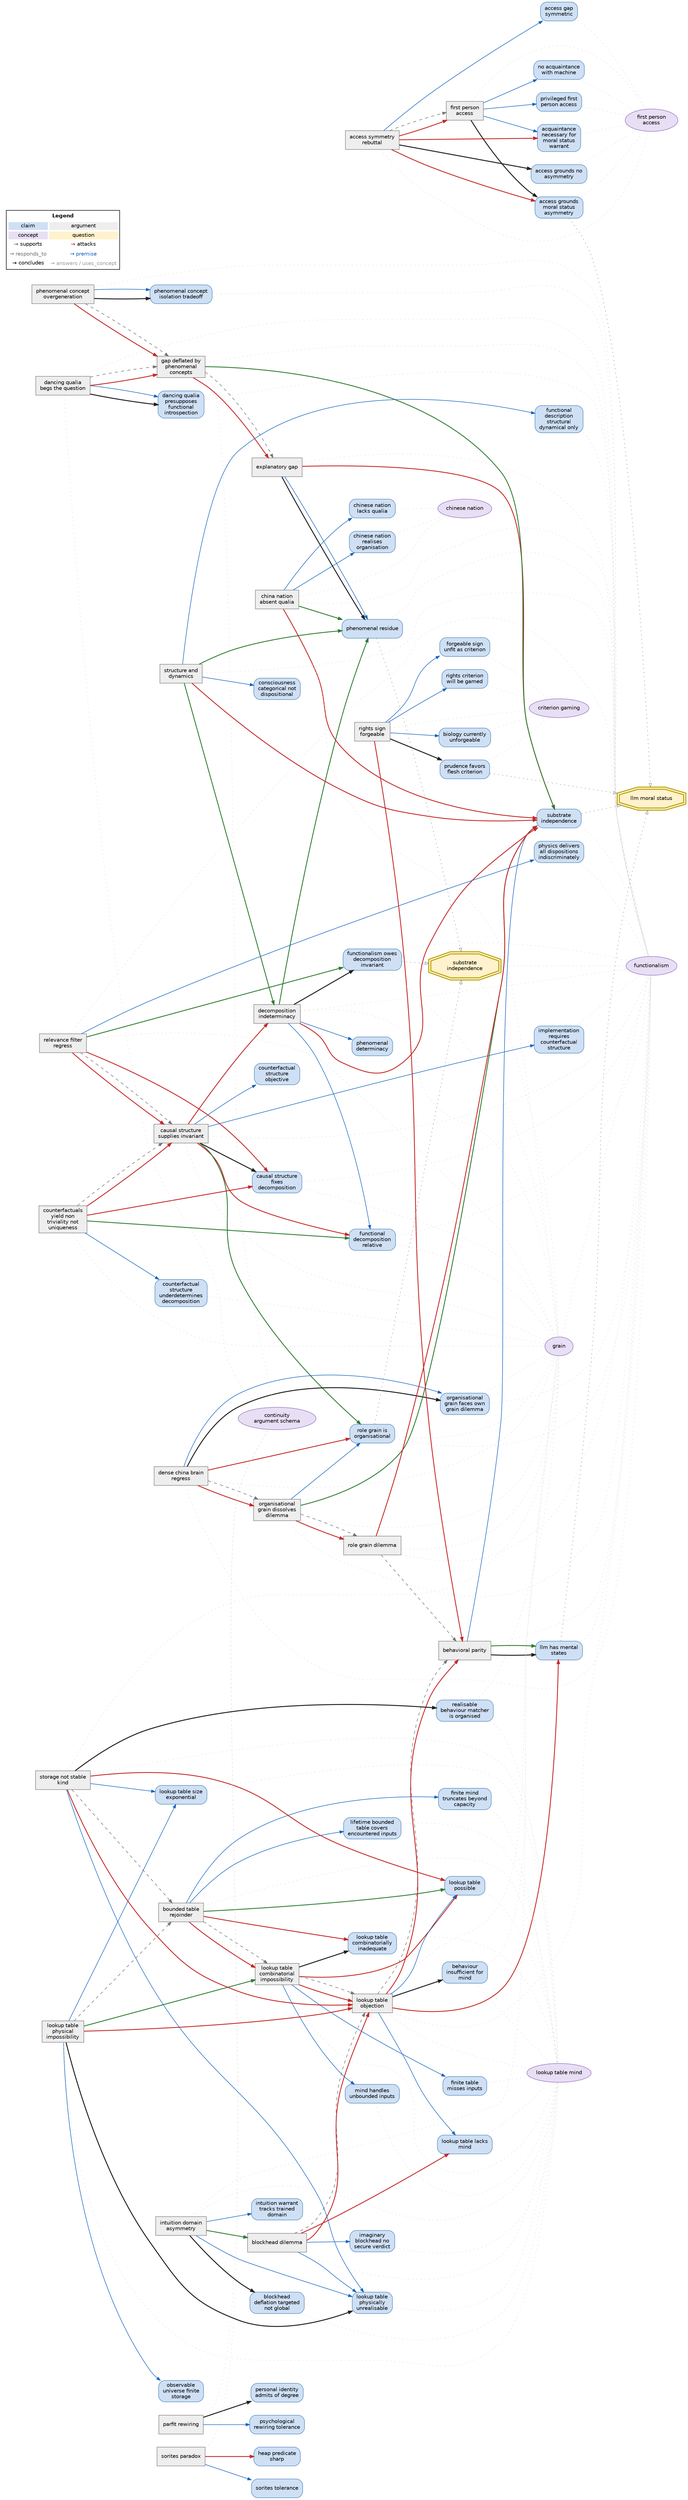
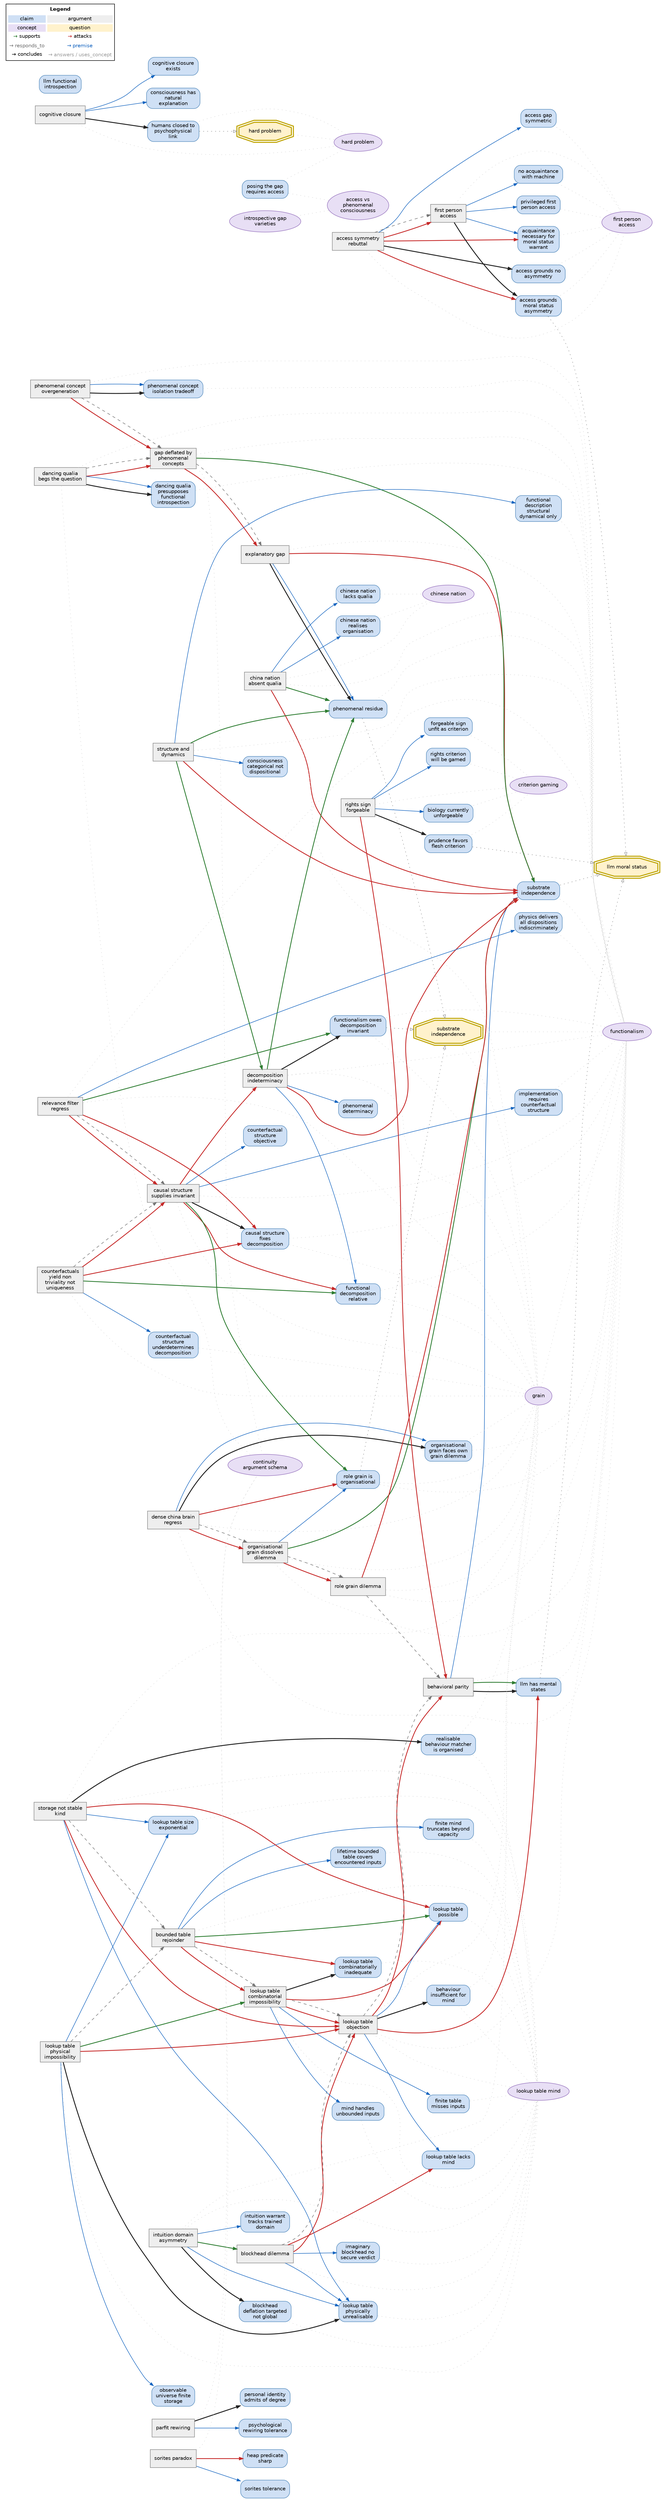
digraph web {
  rankdir=LR;
  graph [overlap=prism, sep="+8", splines=true, nodesep=0.35, ranksep=0.7, fontname="Helvetica", bgcolor="white"];
  node  [fontname="Helvetica", fontsize=10];
  edge  [fontname="Helvetica", fontsize=8, arrowsize=0.7];

  "argument-access-symmetry-rebuttal" [shape="box", style="filled", fillcolor="#eeeeee", color="#888888", label="access symmetry\nrebuttal", tooltip="The access asymmetry is unavailable because first-person access is reciprocally non-transferable", URL="../web/arguments/access-symmetry-rebuttal.md"];
  "argument-behavioral-parity" [shape="box", style="filled", fillcolor="#eeeeee", color="#888888", label="behavioral parity", tooltip="Behavioural parity is evidence of mental status", URL="../web/arguments/behavioral-parity.md"];
  "argument-blockhead-dilemma" [shape="box", style="filled", fillcolor="#eeeeee", color="#888888", label="blockhead dilemma", tooltip="The blockhead dilemma — physically impossible, or imaginatively under-determined", URL="../web/arguments/blockhead-dilemma.md"];
  "argument-bounded-table-rejoinder" [shape="box", style="filled", fillcolor="#eeeeee", color="#888888", label="bounded table\nrejoinder", tooltip="Block's bounded-table rejoinder — a lifetime-bounded table escapes the combinatorial reply", URL="../web/arguments/bounded-table-rejoinder.md"];
  "argument-causal-structure-supplies-invariant" [shape="box", style="filled", fillcolor="#eeeeee", color="#888888", label="causal structure\nsupplies invariant", tooltip="The causal-structure reply — objective counterfactual structure supplies the invariant", URL="../web/arguments/causal-structure-supplies-invariant.md"];
  "argument-china-nation-absent-qualia" [shape="box", style="filled", fillcolor="#eeeeee", color="#888888", label="china nation\nabsent qualia", tooltip="The Chinese Nation realises the organisation yet lacks qualia — organisation is not sufficient for consciousness", URL="../web/arguments/china-nation-absent-qualia.md"];
+   "argument-cognitive-closure" [shape="box", style="filled", fillcolor="#eeeeee", color="#888888", label="cognitive closure", tooltip="McGinn's cognitive-closure argument for mysterianism", URL="../web/arguments/cognitive-closure.md"];
  "argument-counterfactuals-yield-non-triviality-not-uniqueness" [shape="box", style="filled", fillcolor="#eeeeee", color="#888888", label="counterfactuals\nyield non\ntriviality not\nuniqueness", tooltip="Counterfactuals buy non-triviality, not uniqueness", URL="../web/arguments/counterfactuals-yield-non-triviality-not-uniqueness.md"];
  "argument-dancing-qualia-begs-the-question" [shape="box", style="filled", fillcolor="#eeeeee", color="#888888", label="dancing qualia\nbegs the question", tooltip="The dancing/fading-qualia reductio begs the question by presupposing functionalism about introspection", URL="../web/arguments/dancing-qualia-begs-the-question.md"];
  "argument-decomposition-indeterminacy" [shape="box", style="filled", fillcolor="#eeeeee", color="#888888", label="decomposition\nindeterminacy", tooltip="The decomposition-indeterminacy objection — determinate consciousness cannot rest on observer-relative function", URL="../web/arguments/decomposition-indeterminacy.md"];
  "argument-dense-china-brain-regress" [shape="box", style="filled", fillcolor="#eeeeee", color="#888888", label="dense china brain\nregress", tooltip="The dense China-brain regress reopens the grain dilemma against the organisational middle", URL="../web/arguments/dense-china-brain-regress.md"];
  "argument-explanatory-gap" [shape="box", style="filled", fillcolor="#eeeeee", color="#888888", label="explanatory gap", tooltip="The explanatory gap is evidence against uniform substrate-independence", URL="../web/arguments/explanatory-gap.md"];
  "argument-first-person-access" [shape="box", style="filled", fillcolor="#eeeeee", color="#888888", label="first person\naccess", tooltip="First-person access to my own suffering grounds a moral-status asymmetry", URL="../web/arguments/first-person-access.md"];
  "argument-gap-deflated-by-phenomenal-concepts" [shape="box", style="filled", fillcolor="#eeeeee", color="#888888", label="gap deflated by\nphenomenal\nconcepts", tooltip="The explanatory gap is predicted by strong functionalism (phenomenal concepts + dancing-qualia)", URL="../web/arguments/gap-deflated-by-phenomenal-concepts.md"];
  "argument-intuition-domain-asymmetry" [shape="box", style="filled", fillcolor="#eeeeee", color="#888888", label="intuition domain\nasymmetry", tooltip="The intuition-domain asymmetry — the cosmic table is a far extrapolation, the brain-scale isomorph a near neighbour", URL="../web/arguments/intuition-domain-asymmetry.md"];
  "argument-lookup-table-combinatorial-impossibility" [shape="box", style="filled", fillcolor="#eeeeee", color="#888888", label="lookup table\ncombinatorial\nimpossibility", tooltip="The combinatorial-impossibility reply — a finite lookup table cannot match an open-ended mind's behaviour", URL="../web/arguments/lookup-table-combinatorial-impossibility.md"];
  "argument-lookup-table-objection" [shape="box", style="filled", fillcolor="#eeeeee", color="#888888", label="lookup table\nobjection", tooltip="The lookup-table (blockhead) objection — behaviour is not sufficient for mind", URL="../web/arguments/lookup-table-objection.md"];
  "argument-lookup-table-physical-impossibility" [shape="box", style="filled", fillcolor="#eeeeee", color="#888888", label="lookup table\nphysical\nimpossibility", tooltip="The cosmic-size reply — a behaviour-matching lookup table is too large to physically exist", URL="../web/arguments/lookup-table-physical-impossibility.md"];
  "argument-organisational-grain-dissolves-dilemma" [shape="box", style="filled", fillcolor="#eeeeee", color="#888888", label="organisational\ngrain dissolves\ndilemma", tooltip="The organisational grain is a principled middle that escapes both horns of the grain dilemma", URL="../web/arguments/organisational-grain-dissolves-dilemma.md"];
  "argument-parfit-rewiring" [shape="box", style="filled", fillcolor="#eeeeee", color="#888888", label="parfit rewiring", tooltip="Gradual psychological rewiring (Parfit's spectrum) forces identity to admit of degree", URL="../web/arguments/parfit-rewiring.md"];
  "argument-phenomenal-concept-overgeneration" [shape="box", style="filled", fillcolor="#eeeeee", color="#888888", label="phenomenal concept\novergeneration", tooltip="The phenomenal-concept strategy over-generates — it debunks the self-knowledge it presupposes", URL="../web/arguments/phenomenal-concept-overgeneration.md"];
  "argument-relevance-filter-regress" [shape="box", style="filled", fillcolor="#eeeeee", color="#888888", label="relevance filter\nregress", tooltip="The relevance-filter regress — selecting mind-relevant causal relations re-raises the invariant demand", URL="../web/arguments/relevance-filter-regress.md"];
  "argument-rights-sign-forgeable" [shape="box", style="filled", fillcolor="#eeeeee", color="#888888", label="rights sign\nforgeable", tooltip="A rights-granting behavioural sign will be forged, so caution favours the unforgeable mark", URL="../web/arguments/rights-sign-forgeable.md"];
  "argument-role-grain-dilemma" [shape="box", style="filled", fillcolor="#eeeeee", color="#888888", label="role grain dilemma", tooltip="The grain dilemma for functional \"role\" (too liberal vs. too chauvinistic)", URL="../web/arguments/role-grain-dilemma.md"];
  "argument-sorites-paradox" [shape="box", style="filled", fillcolor="#eeeeee", color="#888888", label="sorites paradox", tooltip="The sorites paradox (the heap)", URL="../web/arguments/sorites-paradox.md"];
  "argument-storage-not-stable-kind" [shape="box", style="filled", fillcolor="#eeeeee", color="#888888", label="storage not stable\nkind", tooltip="Pure storage is not a stable kind at mind-matching scale", URL="../web/arguments/storage-not-stable-kind.md"];
  "argument-structure-and-dynamics" [shape="box", style="filled", fillcolor="#eeeeee", color="#888888", label="structure and\ndynamics", tooltip="The structure-and-dynamics argument — function omits the categorical/intrinsic", URL="../web/arguments/structure-and-dynamics.md"];
  "claim-access-gap-symmetric" [shape="box", style="filled,rounded", fillcolor="#cfe0f5", color="#5b8fbf", label="access gap\nsymmetric", tooltip="The first-person/third-person access gap is symmetric across any two subjects, never singling out machines", URL="../web/claims/access-gap-symmetric.md"];
  "claim-access-grounds-moral-status-asymmetry" [shape="box", style="filled,rounded", fillcolor="#cfe0f5", color="#5b8fbf", label="access grounds\nmoral status\nasymmetry", tooltip="First-person access yields a warranted moral-status asymmetry favouring oneself over a machine", URL="../web/claims/access-grounds-moral-status-asymmetry.md"];
  "claim-access-grounds-no-asymmetry" [shape="box", style="filled,rounded", fillcolor="#cfe0f5", color="#5b8fbf", label="access grounds no\nasymmetry", tooltip="First-person access grounds no moral-status asymmetry that singles out machines", URL="../web/claims/access-grounds-no-asymmetry.md"];
  "claim-acquaintance-necessary-for-moral-status-warrant" [shape="box", style="filled,rounded", fillcolor="#cfe0f5", color="#5b8fbf", label="acquaintance\nnecessary for\nmoral status\nwarrant", tooltip="First-person acquaintance with a subject's experience is necessary for justified attribution of moral status to it", URL="../web/claims/acquaintance-necessary-for-moral-status-warrant.md"];
  "claim-behaviour-insufficient-for-mind" [shape="box", style="filled,rounded", fillcolor="#cfe0f5", color="#5b8fbf", label="behaviour\ninsufficient for\nmind", tooltip="Matching the full behavioural profile of a mental state is not sufficient for having that state", URL="../web/claims/behaviour-insufficient-for-mind.md"];
  "claim-biology-currently-unforgeable" [shape="box", style="filled,rounded", fillcolor="#cfe0f5", color="#5b8fbf", label="biology currently\nunforgeable", tooltip="Biological substrate cannot currently be counterfeited to the standard required to fake suffering", URL="../web/claims/biology-currently-unforgeable.md"];
  "claim-blockhead-deflation-targeted-not-global" [shape="box", style="filled,rounded", fillcolor="#cfe0f5", color="#5b8fbf", label="blockhead\ndeflation targeted\nnot global", tooltip="Deflating the cosmic-table intuition does not deflate intuitions about brain-scale duplicates", URL="../web/claims/blockhead-deflation-targeted-not-global.md"];
  "claim-causal-structure-fixes-decomposition" [shape="box", style="filled,rounded", fillcolor="#cfe0f5", color="#5b8fbf", label="causal structure\nfixes\ndecomposition", tooltip="Objective causal structure singles out a privileged functional decomposition", URL="../web/claims/causal-structure-fixes-decomposition.md"];
  "claim-chinese-nation-lacks-qualia" [shape="box", style="filled,rounded", fillcolor="#cfe0f5", color="#5b8fbf", label="chinese nation\nlacks qualia", tooltip="A population realising a mind's functional organisation would nonetheless have no phenomenal consciousness", URL="../web/claims/chinese-nation-lacks-qualia.md"];
  "claim-chinese-nation-realises-organisation" [shape="box", style="filled,rounded", fillcolor="#cfe0f5", color="#5b8fbf", label="chinese nation\nrealises\norganisation", tooltip="A population can realise a mind's full functional-causal organisation, not merely its input-output behaviour", URL="../web/claims/chinese-nation-realises-organisation.md"];
+   "claim-cognitive-closure-exists" [shape="box", style="filled,rounded", fillcolor="#cfe0f5", color="#5b8fbf", label="cognitive closure\nexists", tooltip="A type of mind can be constitutively incapable of grasping some concepts", URL="../web/claims/cognitive-closure-exists.md"];
  "claim-consciousness-categorical-not-dispositional" [shape="box", style="filled,rounded", fillcolor="#cfe0f5", color="#5b8fbf", label="consciousness\ncategorical not\ndispositional", tooltip="Phenomenal consciousness is categorical, not merely dispositional", URL="../web/claims/consciousness-categorical-not-dispositional.md"];
+   "claim-consciousness-has-natural-explanation" [shape="box", style="filled,rounded", fillcolor="#cfe0f5", color="#5b8fbf", label="consciousness has\nnatural\nexplanation", tooltip="There is a natural property of the brain that explains consciousness", URL="../web/claims/consciousness-has-natural-explanation.md"];
  "claim-counterfactual-structure-objective" [shape="box", style="filled,rounded", fillcolor="#cfe0f5", color="#5b8fbf", label="counterfactual\nstructure\nobjective", tooltip="Counterfactual-causal dependencies are objective, not observer-relative", URL="../web/claims/counterfactual-structure-objective.md"];
  "claim-counterfactual-structure-underdetermines-decomposition" [shape="box", style="filled,rounded", fillcolor="#cfe0f5", color="#5b8fbf", label="counterfactual\nstructure\nunderdetermines\ndecomposition", tooltip="Counterfactual constraints yield non-triviality but not a unique decomposition", URL="../web/claims/counterfactual-structure-underdetermines-decomposition.md"];
  "claim-dancing-qualia-presupposes-functional-introspection" [shape="box", style="filled,rounded", fillcolor="#cfe0f5", color="#5b8fbf", label="dancing qualia\npresupposes\nfunctional\nintrospection", tooltip="The dancing/fading-qualia reductio derives its contradiction only by presupposing functionalism about introspective judgement", URL="../web/claims/dancing-qualia-presupposes-functional-introspection.md"];
  "claim-finite-mind-truncates-beyond-capacity" [shape="box", style="filled,rounded", fillcolor="#cfe0f5", color="#5b8fbf", label="finite mind\ntruncates beyond\ncapacity", tooltip="A finite mind also fails on inputs beyond its own capacity", URL="../web/claims/finite-mind-truncates-beyond-capacity.md"];
  "claim-finite-table-misses-inputs" [shape="box", style="filled,rounded", fillcolor="#cfe0f5", color="#5b8fbf", label="finite table\nmisses inputs", tooltip="For any finite lookup table there are finite inputs outside its stored domain, to which it can only \"respond\" by ignoring the excess of the input", URL="../web/claims/finite-table-misses-inputs.md"];
  "claim-forgeable-sign-unfit-as-criterion" [shape="box", style="filled,rounded", fillcolor="#cfe0f5", color="#5b8fbf", label="forgeable sign\nunfit as criterion", tooltip="A behavioural sign that is cheap to forge is unfit to serve as the criterion of moral standing", URL="../web/claims/forgeable-sign-unfit-as-criterion.md"];
  "claim-functional-decomposition-relative" [shape="box", style="filled,rounded", fillcolor="#cfe0f5", color="#5b8fbf", label="functional\ndecomposition\nrelative", tooltip="A physical system has no unique functional decomposition", URL="../web/claims/functional-decomposition-relative.md"];
  "claim-functional-description-structural-dynamical-only" [shape="box", style="filled,rounded", fillcolor="#cfe0f5", color="#5b8fbf", label="functional\ndescription\nstructural\ndynamical only", tooltip="A functional description captures only structural-dynamical facts, not intrinsic nature", URL="../web/claims/functional-description-structural-dynamical-only.md"];
  "claim-functionalism-owes-decomposition-invariant" [shape="box", style="filled,rounded", fillcolor="#cfe0f5", color="#5b8fbf", label="functionalism owes\ndecomposition\ninvariant", tooltip="Functionalism owes an observer-independent invariant that fixes a system's decomposition", URL="../web/claims/functionalism-owes-decomposition-invariant.md"];
  "claim-heap-predicate-sharp" [shape="box", style="filled,rounded", fillcolor="#cfe0f5", color="#5b8fbf", label="heap predicate\nsharp", tooltip="There is a precise grain-count at which a heap becomes a non-heap", URL="../web/claims/heap-predicate-sharp.md"];
+   "claim-humans-closed-to-psychophysical-link" [shape="box", style="filled,rounded", fillcolor="#cfe0f5", color="#5b8fbf", label="humans closed to\npsychophysical\nlink", tooltip="Humans are cognitively closed to the property that explains how the brain produces consciousness", URL="../web/claims/humans-closed-to-psychophysical-link.md"];
  "claim-imaginary-blockhead-no-secure-verdict" [shape="box", style="filled,rounded", fillcolor="#cfe0f5", color="#5b8fbf", label="imaginary\nblockhead no\nsecure verdict", tooltip="For a merely conceivable lookup table, the intuition that it lacks a mind is not compelled", URL="../web/claims/imaginary-blockhead-no-secure-verdict.md"];
  "claim-implementation-requires-counterfactual-structure" [shape="box", style="filled,rounded", fillcolor="#cfe0f5", color="#5b8fbf", label="implementation\nrequires\ncounterfactual\nstructure", tooltip="Implementing a computation requires the right counterfactual dispositions across the whole transition table", URL="../web/claims/implementation-requires-counterfactual-structure.md"];
  "claim-intuition-warrant-tracks-trained-domain" [shape="box", style="filled,rounded", fillcolor="#cfe0f5", color="#5b8fbf", label="intuition warrant\ntracks trained\ndomain", tooltip="An intuition's evidential weight tracks the case's resemblance to the exemplars it was formed on", URL="../web/claims/intuition-warrant-tracks-trained-domain.md"];
  "claim-lifetime-bounded-table-covers-encountered-inputs" [shape="box", style="filled,rounded", fillcolor="#cfe0f5", color="#5b8fbf", label="lifetime bounded\ntable covers\nencountered inputs", tooltip="A lookup table can be bounded to cover every input a subject encounters in a lifetime", URL="../web/claims/lifetime-bounded-table-covers-encountered-inputs.md"];
+   "claim-llm-functional-introspection" [shape="box", style="filled,rounded", fillcolor="#cfe0f5", color="#5b8fbf", label="llm functional\nintrospection", tooltip="Some current LLMs exhibit limited, unreliable functional introspective awareness of their internal states", URL="../web/claims/llm-functional-introspection.md"];
  "claim-llm-has-mental-states" [shape="box", style="filled,rounded", fillcolor="#cfe0f5", color="#5b8fbf", label="llm has mental\nstates", tooltip="Some current LLMs realise some mental states", URL="../web/claims/llm-has-mental-states.md"];
  "claim-lookup-table-combinatorially-inadequate" [shape="box", style="filled,rounded", fillcolor="#cfe0f5", color="#5b8fbf", label="lookup table\ncombinatorially\ninadequate", tooltip="No finite lookup table can reproduce the full behavioural profile of a genuine mind", URL="../web/claims/lookup-table-combinatorially-inadequate.md"];
  "claim-lookup-table-lacks-mind" [shape="box", style="filled,rounded", fillcolor="#cfe0f5", color="#5b8fbf", label="lookup table lacks\nmind", tooltip="A system that produces behaviour solely by stored lookup has no mental states", URL="../web/claims/lookup-table-lacks-mind.md"];
  "claim-lookup-table-physically-unrealisable" [shape="box", style="filled,rounded", fillcolor="#cfe0f5", color="#5b8fbf", label="lookup table\nphysically\nunrealisable", tooltip="A lookup table reproducing a human- or LLM-scale behavioural profile is physically unrealisable", URL="../web/claims/lookup-table-physically-unrealisable.md"];
  "claim-lookup-table-possible" [shape="box", style="filled,rounded", fillcolor="#cfe0f5", color="#5b8fbf", label="lookup table\npossible", tooltip="A lookup table can reproduce a mind's behavioural profile without any internal causal organisation", URL="../web/claims/lookup-table-possible.md"];
  "claim-lookup-table-size-exponential" [shape="box", style="filled,rounded", fillcolor="#cfe0f5", color="#5b8fbf", label="lookup table size\nexponential", tooltip="A lookup table reproducing behaviour over a context of n tokens from a vocabulary of v requires on the order of v^n entries", URL="../web/claims/lookup-table-size-exponential.md"];
  "claim-mind-handles-unbounded-inputs" [shape="box", style="filled,rounded", fillcolor="#cfe0f5", color="#5b8fbf", label="mind handles\nunbounded inputs", tooltip="A genuine mind can respond appropriately to novel inputs beyond any fixed finite stock", URL="../web/claims/mind-handles-unbounded-inputs.md"];
  "claim-no-acquaintance-with-machine" [shape="box", style="filled,rounded", fillcolor="#cfe0f5", color="#5b8fbf", label="no acquaintance\nwith machine", tooltip="One has no first-person acquaintance with a machine's putative experience", URL="../web/claims/no-acquaintance-with-machine.md"];
  "claim-observable-universe-finite-storage" [shape="box", style="filled,rounded", fillcolor="#cfe0f5", color="#5b8fbf", label="observable\nuniverse finite\nstorage", tooltip="The observable universe can store only a bounded, finite amount of information (on the order of 10^120 bits)", URL="../web/claims/observable-universe-finite-storage.md"];
  "claim-organisational-grain-faces-own-grain-dilemma" [shape="box", style="filled,rounded", fillcolor="#cfe0f5", color="#5b8fbf", label="organisational\ngrain faces own\ngrain dilemma", tooltip="The organisational-role grain either readmits the blockhead or smuggles sub-organisational features back in", URL="../web/claims/organisational-grain-faces-own-grain-dilemma.md"];
  "claim-personal-identity-admits-of-degree" [shape="box", style="filled,rounded", fillcolor="#cfe0f5", color="#5b8fbf", label="personal identity\nadmits of degree", tooltip="Personal identity is not all-or-nothing but admits of degree", URL="../web/claims/personal-identity-admits-of-degree.md"];
  "claim-phenomenal-concept-isolation-tradeoff" [shape="box", style="filled,rounded", fillcolor="#cfe0f5", color="#5b8fbf", label="phenomenal concept\nisolation tradeoff", tooltip="A phenomenal concept cannot be at once informative enough to ground self-knowledge while isolated enough to deflate the explanatory gap", URL="../web/claims/phenomenal-concept-isolation-tradeoff.md"];
  "claim-phenomenal-determinacy" [shape="box", style="filled,rounded", fillcolor="#cfe0f5", color="#5b8fbf", label="phenomenal\ndeterminacy", tooltip="There is a determinate fact about one's own current phenomenal state", URL="../web/claims/phenomenal-determinacy.md"];
  "claim-phenomenal-residue" [shape="box", style="filled,rounded", fillcolor="#cfe0f5", color="#5b8fbf", label="phenomenal residue", tooltip="Phenomenally conscious states are not exhausted by functional/causal role", URL="../web/claims/phenomenal-states-not-exhausted-by-role.md"];
  "claim-physics-delivers-all-dispositions-indiscriminately" [shape="box", style="filled,rounded", fillcolor="#cfe0f5", color="#5b8fbf", label="physics delivers\nall dispositions\nindiscriminately", tooltip="The physical facts about a system include every causal disposition, not only the cognitively relevant ones", URL="../web/claims/physics-delivers-all-dispositions-indiscriminately.md"];
+   "claim-posing-the-gap-requires-access" [shape="box", style="filled,rounded", fillcolor="#cfe0f5", color="#5b8fbf", label="posing the gap\nrequires access", tooltip="Formulating the hard problem from the first-person side requires access to a representation of one's own phenomenal-seeming states", URL="../web/claims/posing-the-gap-requires-access.md"];
  "claim-privileged-first-person-access" [shape="box", style="filled,rounded", fillcolor="#cfe0f5", color="#5b8fbf", label="privileged first\nperson access", tooltip="Each subject has direct, non-inferential first-person acquaintance with its own conscious states", URL="../web/claims/privileged-first-person-access.md"];
  "claim-prudence-favors-flesh-criterion" [shape="box", style="filled,rounded", fillcolor="#cfe0f5", color="#5b8fbf", label="prudence favors\nflesh criterion", tooltip="Prudence favours resting moral standing on currently-unforgeable biology rather than on forgeable behavioural signs", URL="../web/claims/prudence-favors-flesh-criterion.md"];
  "claim-psychological-rewiring-tolerance" [shape="box", style="filled,rounded", fillcolor="#cfe0f5", color="#5b8fbf", label="psychological\nrewiring tolerance", tooltip="Altering a single psychological connection never changes who someone is", URL="../web/claims/psychological-rewiring-tolerance.md"];
  "claim-realisable-behaviour-matcher-is-organised" [shape="box", style="filled,rounded", fillcolor="#cfe0f5", color="#5b8fbf", label="realisable\nbehaviour matcher\nis organised", tooltip="Any physically realisable behaviour-matcher is an organised computer, not flat storage", URL="../web/claims/realisable-behaviour-matcher-is-organised.md"];
  "claim-rights-criterion-will-be-gamed" [shape="box", style="filled,rounded", fillcolor="#cfe0f5", color="#5b8fbf", label="rights criterion\nwill be gamed", tooltip="Any behavioural sign adopted as the public criterion for granting rights will be optimized against until it no longer tracks the underlying state", URL="../web/claims/rights-criterion-will-be-gamed.md"];
  "claim-role-grain-is-organisational" [shape="box", style="filled,rounded", fillcolor="#cfe0f5", color="#5b8fbf", label="role grain is\norganisational", tooltip="The mind-individuating functional role is fixed at the grain of internal counterfactual-causal organisation", URL="../web/claims/role-grain-is-organisational.md"];
  "claim-sorites-tolerance" [shape="box", style="filled,rounded", fillcolor="#cfe0f5", color="#5b8fbf", label="sorites tolerance", tooltip="Removing a single grain from a heap always leaves a heap", URL="../web/claims/sorites-tolerance.md"];
  "claim-substrate-independence" [shape="box", style="filled,rounded", fillcolor="#cfe0f5", color="#5b8fbf", label="substrate\nindependence", tooltip="Mental states are substrate-independent", URL="../web/claims/substrate-independence.md"];
+   "concept-access-vs-phenomenal-consciousness" [shape="ellipse", style="filled", fillcolor="#e8dff5", color="#9a78c0", label="access vs\nphenomenal\nconsciousness", tooltip="Access consciousness vs. phenomenal consciousness", URL="../web/concepts/access-vs-phenomenal-consciousness.md"];
  "concept-chinese-nation" [shape="ellipse", style="filled", fillcolor="#e8dff5", color="#9a78c0", label="chinese nation", tooltip="Chinese Nation (homunculi-headed robot)", URL="../web/concepts/chinese-nation.md"];
  "concept-continuity-argument-schema" [shape="ellipse", style="filled", fillcolor="#e8dff5", color="#9a78c0", label="continuity\nargument schema", tooltip="Continuity–connectedness argument schema (no-sharp-line / sorites form)", URL="../web/concepts/continuity-argument-schema.md"];
  "concept-criterion-gaming" [shape="ellipse", style="filled", fillcolor="#e8dff5", color="#9a78c0", label="criterion gaming", tooltip="Criterion gaming (Goodhart's law / specification gaming)", URL="../web/concepts/criterion-gaming.md"];
  "concept-first-person-access" [shape="ellipse", style="filled", fillcolor="#e8dff5", color="#9a78c0", label="first person\naccess", tooltip="First-person access (privileged access)", URL="../web/concepts/first-person-access.md"];
  "concept-functionalism" [shape="ellipse", style="filled", fillcolor="#e8dff5", color="#9a78c0", label="functionalism", tooltip="Functionalism (about mental states)", URL="../web/concepts/functionalism.md"];
  "concept-grain" [shape="ellipse", style="filled", fillcolor="#e8dff5", color="#9a78c0", label="grain", tooltip="Grain (of role individuation)", URL="../web/concepts/grain.md"];
+   "concept-hard-problem" [shape="ellipse", style="filled", fillcolor="#e8dff5", color="#9a78c0", label="hard problem", tooltip="The hard problem of consciousness", URL="../web/concepts/hard-problem.md"];
+   "concept-introspective-gap-varieties" [shape="ellipse", style="filled", fillcolor="#e8dff5", color="#9a78c0", label="introspective gap\nvarieties", tooltip="Varieties of introspective explanatory gap (ontological / architectural-access / conceptual-translation / training-contamination)", URL="../web/concepts/introspective-gap-varieties.md"];
  "concept-lookup-table-mind" [shape="ellipse", style="filled", fillcolor="#e8dff5", color="#9a78c0", label="lookup table mind", tooltip="Lookup-table mind (\"Blockhead\" / Aunt Bubbles machine)", URL="../web/concepts/lookup-table-mind.md"];
+   "question-hard-problem" [shape="doubleoctagon", style="filled,bold", fillcolor="#fff2cc", color="#bfa400", label="hard problem", tooltip="How and why does physical processing give rise to phenomenal experience?", URL="../web/questions/hard-problem.md"];
  "question-llm-moral-status" [shape="doubleoctagon", style="filled,bold", fillcolor="#fff2cc", color="#bfa400", label="llm moral status", tooltip="Do large language models have moral status?", URL="../web/questions/llm-moral-status.md"];
  "question-substrate-independence" [shape="doubleoctagon", style="filled,bold", fillcolor="#fff2cc", color="#bfa400", label="substrate\nindependence", tooltip="Are mental states substrate-independent?", URL="../web/questions/substrate-independence.md"];

  "argument-access-symmetry-rebuttal" -> "argument-first-person-access" [color="#c62828", penwidth="1.6", tooltip="attacks"];
  "argument-access-symmetry-rebuttal" -> "argument-first-person-access" [color="#757575", style="dashed", tooltip="responds_to"];
  "argument-access-symmetry-rebuttal" -> "claim-access-gap-symmetric" [color="#1565c0", tooltip="premise"];
  "argument-access-symmetry-rebuttal" -> "claim-access-grounds-moral-status-asymmetry" [color="#c62828", penwidth="1.6", tooltip="attacks"];
  "argument-access-symmetry-rebuttal" -> "claim-access-grounds-no-asymmetry" [color="#222222", penwidth="1.8", tooltip="concludes"];
  "argument-access-symmetry-rebuttal" -> "claim-acquaintance-necessary-for-moral-status-warrant" [color="#c62828", penwidth="1.6", tooltip="attacks"];
  "argument-access-symmetry-rebuttal" -> "concept-first-person-access" [color="#cccccc", style="dotted", arrowhead="none", penwidth="0.6", tooltip="uses_concept"];
  "argument-behavioral-parity" -> "claim-llm-has-mental-states" [color="#222222", penwidth="1.8", tooltip="concludes"];
  "argument-behavioral-parity" -> "claim-llm-has-mental-states" [color="#2e7d32", penwidth="1.6", tooltip="supports"];
  "argument-behavioral-parity" -> "claim-substrate-independence" [color="#1565c0", tooltip="premise"];
  "argument-behavioral-parity" -> "concept-functionalism" [color="#cccccc", style="dotted", arrowhead="none", penwidth="0.6", tooltip="uses_concept"];
  "argument-blockhead-dilemma" -> "argument-lookup-table-objection" [color="#c62828", penwidth="1.6", tooltip="attacks"];
  "argument-blockhead-dilemma" -> "argument-lookup-table-objection" [color="#757575", style="dashed", tooltip="responds_to"];
  "argument-blockhead-dilemma" -> "claim-imaginary-blockhead-no-secure-verdict" [color="#1565c0", tooltip="premise"];
  "argument-blockhead-dilemma" -> "claim-lookup-table-lacks-mind" [color="#c62828", penwidth="1.6", tooltip="attacks"];
  "argument-blockhead-dilemma" -> "claim-lookup-table-physically-unrealisable" [color="#1565c0", tooltip="premise"];
  "argument-blockhead-dilemma" -> "concept-lookup-table-mind" [color="#cccccc", style="dotted", arrowhead="none", penwidth="0.6", tooltip="uses_concept"];
  "argument-bounded-table-rejoinder" -> "argument-lookup-table-combinatorial-impossibility" [color="#c62828", penwidth="1.6", tooltip="attacks"];
  "argument-bounded-table-rejoinder" -> "argument-lookup-table-combinatorial-impossibility" [color="#757575", style="dashed", tooltip="responds_to"];
  "argument-bounded-table-rejoinder" -> "claim-finite-mind-truncates-beyond-capacity" [color="#1565c0", tooltip="premise"];
  "argument-bounded-table-rejoinder" -> "claim-lifetime-bounded-table-covers-encountered-inputs" [color="#1565c0", tooltip="premise"];
  "argument-bounded-table-rejoinder" -> "claim-lookup-table-combinatorially-inadequate" [color="#c62828", penwidth="1.6", tooltip="attacks"];
  "argument-bounded-table-rejoinder" -> "claim-lookup-table-possible" [color="#2e7d32", penwidth="1.6", tooltip="supports"];
  "argument-bounded-table-rejoinder" -> "concept-lookup-table-mind" [color="#cccccc", style="dotted", arrowhead="none", penwidth="0.6", tooltip="uses_concept"];
  "argument-causal-structure-supplies-invariant" -> "argument-decomposition-indeterminacy" [color="#c62828", penwidth="1.6", tooltip="attacks"];
  "argument-causal-structure-supplies-invariant" -> "claim-causal-structure-fixes-decomposition" [color="#222222", penwidth="1.8", tooltip="concludes"];
  "argument-causal-structure-supplies-invariant" -> "claim-counterfactual-structure-objective" [color="#1565c0", tooltip="premise"];
  "argument-causal-structure-supplies-invariant" -> "claim-functional-decomposition-relative" [color="#c62828", penwidth="1.6", tooltip="attacks"];
  "argument-causal-structure-supplies-invariant" -> "claim-implementation-requires-counterfactual-structure" [color="#1565c0", tooltip="premise"];
  "argument-causal-structure-supplies-invariant" -> "claim-role-grain-is-organisational" [color="#2e7d32", penwidth="1.6", tooltip="supports"];
  "argument-causal-structure-supplies-invariant" -> "concept-functionalism" [color="#cccccc", style="dotted", arrowhead="none", penwidth="0.6", tooltip="uses_concept"];
  "argument-causal-structure-supplies-invariant" -> "concept-grain" [color="#cccccc", style="dotted", arrowhead="none", penwidth="0.6", tooltip="uses_concept"];
  "argument-china-nation-absent-qualia" -> "claim-chinese-nation-lacks-qualia" [color="#1565c0", tooltip="premise"];
  "argument-china-nation-absent-qualia" -> "claim-chinese-nation-realises-organisation" [color="#1565c0", tooltip="premise"];
  "argument-china-nation-absent-qualia" -> "claim-phenomenal-residue" [color="#2e7d32", penwidth="1.6", tooltip="supports"];
  "argument-china-nation-absent-qualia" -> "claim-substrate-independence" [color="#c62828", penwidth="1.6", tooltip="attacks"];
  "argument-china-nation-absent-qualia" -> "concept-chinese-nation" [color="#cccccc", style="dotted", arrowhead="none", penwidth="0.6", tooltip="uses_concept"];
  "argument-china-nation-absent-qualia" -> "concept-functionalism" [color="#cccccc", style="dotted", arrowhead="none", penwidth="0.6", tooltip="uses_concept"];
  "argument-china-nation-absent-qualia" -> "concept-grain" [color="#cccccc", style="dotted", arrowhead="none", penwidth="0.6", tooltip="uses_concept"];
+   "argument-cognitive-closure" -> "claim-cognitive-closure-exists" [color="#1565c0", tooltip="premise"];
+   "argument-cognitive-closure" -> "claim-consciousness-has-natural-explanation" [color="#1565c0", tooltip="premise"];
+   "argument-cognitive-closure" -> "claim-humans-closed-to-psychophysical-link" [color="#222222", penwidth="1.8", tooltip="concludes"];
+   "argument-cognitive-closure" -> "concept-hard-problem" [color="#cccccc", style="dotted", arrowhead="none", penwidth="0.6", tooltip="uses_concept"];
  "argument-counterfactuals-yield-non-triviality-not-uniqueness" -> "argument-causal-structure-supplies-invariant" [color="#c62828", penwidth="1.6", tooltip="attacks"];
  "argument-counterfactuals-yield-non-triviality-not-uniqueness" -> "argument-causal-structure-supplies-invariant" [color="#757575", style="dashed", tooltip="responds_to"];
  "argument-counterfactuals-yield-non-triviality-not-uniqueness" -> "claim-causal-structure-fixes-decomposition" [color="#c62828", penwidth="1.6", tooltip="attacks"];
  "argument-counterfactuals-yield-non-triviality-not-uniqueness" -> "claim-counterfactual-structure-underdetermines-decomposition" [color="#1565c0", tooltip="premise"];
  "argument-counterfactuals-yield-non-triviality-not-uniqueness" -> "claim-functional-decomposition-relative" [color="#2e7d32", penwidth="1.6", tooltip="supports"];
  "argument-counterfactuals-yield-non-triviality-not-uniqueness" -> "concept-grain" [color="#cccccc", style="dotted", arrowhead="none", penwidth="0.6", tooltip="uses_concept"];
  "argument-dancing-qualia-begs-the-question" -> "argument-gap-deflated-by-phenomenal-concepts" [color="#c62828", penwidth="1.6", tooltip="attacks"];
  "argument-dancing-qualia-begs-the-question" -> "argument-gap-deflated-by-phenomenal-concepts" [color="#757575", style="dashed", tooltip="responds_to"];
  "argument-dancing-qualia-begs-the-question" -> "claim-dancing-qualia-presupposes-functional-introspection" [color="#222222", penwidth="1.8", tooltip="concludes"];
  "argument-dancing-qualia-begs-the-question" -> "claim-dancing-qualia-presupposes-functional-introspection" [color="#1565c0", tooltip="premise"];
  "argument-dancing-qualia-begs-the-question" -> "concept-continuity-argument-schema" [color="#cccccc", style="dotted", arrowhead="none", penwidth="0.6", tooltip="uses_concept"];
  "argument-dancing-qualia-begs-the-question" -> "concept-functionalism" [color="#cccccc", style="dotted", arrowhead="none", penwidth="0.6", tooltip="uses_concept"];
  "argument-decomposition-indeterminacy" -> "claim-functional-decomposition-relative" [color="#1565c0", tooltip="premise"];
  "argument-decomposition-indeterminacy" -> "claim-functionalism-owes-decomposition-invariant" [color="#222222", penwidth="1.8", tooltip="concludes"];
  "argument-decomposition-indeterminacy" -> "claim-phenomenal-determinacy" [color="#1565c0", tooltip="premise"];
  "argument-decomposition-indeterminacy" -> "claim-phenomenal-residue" [color="#2e7d32", penwidth="1.6", tooltip="supports"];
  "argument-decomposition-indeterminacy" -> "claim-substrate-independence" [color="#c62828", penwidth="1.6", tooltip="attacks"];
  "argument-decomposition-indeterminacy" -> "concept-functionalism" [color="#cccccc", style="dotted", arrowhead="none", penwidth="0.6", tooltip="uses_concept"];
  "argument-decomposition-indeterminacy" -> "concept-grain" [color="#cccccc", style="dotted", arrowhead="none", penwidth="0.6", tooltip="uses_concept"];
  "argument-dense-china-brain-regress" -> "argument-organisational-grain-dissolves-dilemma" [color="#c62828", penwidth="1.6", tooltip="attacks"];
  "argument-dense-china-brain-regress" -> "argument-organisational-grain-dissolves-dilemma" [color="#757575", style="dashed", tooltip="responds_to"];
  "argument-dense-china-brain-regress" -> "claim-organisational-grain-faces-own-grain-dilemma" [color="#222222", penwidth="1.8", tooltip="concludes"];
  "argument-dense-china-brain-regress" -> "claim-organisational-grain-faces-own-grain-dilemma" [color="#1565c0", tooltip="premise"];
  "argument-dense-china-brain-regress" -> "claim-role-grain-is-organisational" [color="#c62828", penwidth="1.6", tooltip="attacks"];
  "argument-dense-china-brain-regress" -> "concept-functionalism" [color="#cccccc", style="dotted", arrowhead="none", penwidth="0.6", tooltip="uses_concept"];
  "argument-dense-china-brain-regress" -> "concept-grain" [color="#cccccc", style="dotted", arrowhead="none", penwidth="0.6", tooltip="uses_concept"];
  "argument-explanatory-gap" -> "claim-phenomenal-residue" [color="#222222", penwidth="1.8", tooltip="concludes"];
  "argument-explanatory-gap" -> "claim-phenomenal-residue" [color="#1565c0", tooltip="premise"];
  "argument-explanatory-gap" -> "claim-substrate-independence" [color="#c62828", penwidth="1.6", tooltip="attacks"];
  "argument-explanatory-gap" -> "concept-functionalism" [color="#cccccc", style="dotted", arrowhead="none", penwidth="0.6", tooltip="uses_concept"];
  "argument-first-person-access" -> "claim-access-grounds-moral-status-asymmetry" [color="#222222", penwidth="1.8", tooltip="concludes"];
  "argument-first-person-access" -> "claim-acquaintance-necessary-for-moral-status-warrant" [color="#1565c0", tooltip="premise"];
  "argument-first-person-access" -> "claim-no-acquaintance-with-machine" [color="#1565c0", tooltip="premise"];
  "argument-first-person-access" -> "claim-privileged-first-person-access" [color="#1565c0", tooltip="premise"];
  "argument-first-person-access" -> "concept-first-person-access" [color="#cccccc", style="dotted", arrowhead="none", penwidth="0.6", tooltip="uses_concept"];
  "argument-gap-deflated-by-phenomenal-concepts" -> "argument-explanatory-gap" [color="#c62828", penwidth="1.6", tooltip="attacks"];
  "argument-gap-deflated-by-phenomenal-concepts" -> "argument-explanatory-gap" [color="#757575", style="dashed", tooltip="responds_to"];
  "argument-gap-deflated-by-phenomenal-concepts" -> "claim-substrate-independence" [color="#2e7d32", penwidth="1.6", tooltip="supports"];
  "argument-gap-deflated-by-phenomenal-concepts" -> "concept-continuity-argument-schema" [color="#cccccc", style="dotted", arrowhead="none", penwidth="0.6", tooltip="uses_concept"];
  "argument-gap-deflated-by-phenomenal-concepts" -> "concept-functionalism" [color="#cccccc", style="dotted", arrowhead="none", penwidth="0.6", tooltip="uses_concept"];
  "argument-intuition-domain-asymmetry" -> "argument-blockhead-dilemma" [color="#2e7d32", penwidth="1.6", tooltip="supports"];
  "argument-intuition-domain-asymmetry" -> "claim-blockhead-deflation-targeted-not-global" [color="#222222", penwidth="1.8", tooltip="concludes"];
  "argument-intuition-domain-asymmetry" -> "claim-intuition-warrant-tracks-trained-domain" [color="#1565c0", tooltip="premise"];
  "argument-intuition-domain-asymmetry" -> "claim-lookup-table-physically-unrealisable" [color="#1565c0", tooltip="premise"];
  "argument-intuition-domain-asymmetry" -> "concept-grain" [color="#cccccc", style="dotted", arrowhead="none", penwidth="0.6", tooltip="uses_concept"];
  "argument-intuition-domain-asymmetry" -> "concept-lookup-table-mind" [color="#cccccc", style="dotted", arrowhead="none", penwidth="0.6", tooltip="uses_concept"];
  "argument-lookup-table-combinatorial-impossibility" -> "argument-lookup-table-objection" [color="#c62828", penwidth="1.6", tooltip="attacks"];
  "argument-lookup-table-combinatorial-impossibility" -> "argument-lookup-table-objection" [color="#757575", style="dashed", tooltip="responds_to"];
  "argument-lookup-table-combinatorial-impossibility" -> "claim-finite-table-misses-inputs" [color="#1565c0", tooltip="premise"];
  "argument-lookup-table-combinatorial-impossibility" -> "claim-lookup-table-combinatorially-inadequate" [color="#222222", penwidth="1.8", tooltip="concludes"];
  "argument-lookup-table-combinatorial-impossibility" -> "claim-lookup-table-possible" [color="#c62828", penwidth="1.6", tooltip="attacks"];
  "argument-lookup-table-combinatorial-impossibility" -> "claim-mind-handles-unbounded-inputs" [color="#1565c0", tooltip="premise"];
  "argument-lookup-table-combinatorial-impossibility" -> "concept-lookup-table-mind" [color="#cccccc", style="dotted", arrowhead="none", penwidth="0.6", tooltip="uses_concept"];
  "argument-lookup-table-objection" -> "argument-behavioral-parity" [color="#c62828", penwidth="1.6", tooltip="attacks"];
  "argument-lookup-table-objection" -> "argument-behavioral-parity" [color="#757575", style="dashed", tooltip="responds_to"];
  "argument-lookup-table-objection" -> "claim-behaviour-insufficient-for-mind" [color="#222222", penwidth="1.8", tooltip="concludes"];
  "argument-lookup-table-objection" -> "claim-llm-has-mental-states" [color="#c62828", penwidth="1.6", tooltip="attacks"];
  "argument-lookup-table-objection" -> "claim-lookup-table-lacks-mind" [color="#1565c0", tooltip="premise"];
  "argument-lookup-table-objection" -> "claim-lookup-table-possible" [color="#1565c0", tooltip="premise"];
  "argument-lookup-table-objection" -> "concept-functionalism" [color="#cccccc", style="dotted", arrowhead="none", penwidth="0.6", tooltip="uses_concept"];
  "argument-lookup-table-objection" -> "concept-grain" [color="#cccccc", style="dotted", arrowhead="none", penwidth="0.6", tooltip="uses_concept"];
  "argument-lookup-table-objection" -> "concept-lookup-table-mind" [color="#cccccc", style="dotted", arrowhead="none", penwidth="0.6", tooltip="uses_concept"];
  "argument-lookup-table-physical-impossibility" -> "argument-bounded-table-rejoinder" [color="#757575", style="dashed", tooltip="responds_to"];
  "argument-lookup-table-physical-impossibility" -> "argument-lookup-table-combinatorial-impossibility" [color="#2e7d32", penwidth="1.6", tooltip="supports"];
  "argument-lookup-table-physical-impossibility" -> "argument-lookup-table-objection" [color="#c62828", penwidth="1.6", tooltip="attacks"];
  "argument-lookup-table-physical-impossibility" -> "claim-lookup-table-physically-unrealisable" [color="#222222", penwidth="1.8", tooltip="concludes"];
  "argument-lookup-table-physical-impossibility" -> "claim-lookup-table-size-exponential" [color="#1565c0", tooltip="premise"];
  "argument-lookup-table-physical-impossibility" -> "claim-observable-universe-finite-storage" [color="#1565c0", tooltip="premise"];
  "argument-lookup-table-physical-impossibility" -> "concept-lookup-table-mind" [color="#cccccc", style="dotted", arrowhead="none", penwidth="0.6", tooltip="uses_concept"];
  "argument-organisational-grain-dissolves-dilemma" -> "argument-role-grain-dilemma" [color="#c62828", penwidth="1.6", tooltip="attacks"];
  "argument-organisational-grain-dissolves-dilemma" -> "argument-role-grain-dilemma" [color="#757575", style="dashed", tooltip="responds_to"];
  "argument-organisational-grain-dissolves-dilemma" -> "claim-role-grain-is-organisational" [color="#1565c0", tooltip="premise"];
  "argument-organisational-grain-dissolves-dilemma" -> "claim-substrate-independence" [color="#2e7d32", penwidth="1.6", tooltip="supports"];
  "argument-organisational-grain-dissolves-dilemma" -> "concept-functionalism" [color="#cccccc", style="dotted", arrowhead="none", penwidth="0.6", tooltip="uses_concept"];
  "argument-organisational-grain-dissolves-dilemma" -> "concept-grain" [color="#cccccc", style="dotted", arrowhead="none", penwidth="0.6", tooltip="uses_concept"];
  "argument-parfit-rewiring" -> "claim-personal-identity-admits-of-degree" [color="#222222", penwidth="1.8", tooltip="concludes"];
  "argument-parfit-rewiring" -> "claim-psychological-rewiring-tolerance" [color="#1565c0", tooltip="premise"];
  "argument-parfit-rewiring" -> "concept-continuity-argument-schema" [color="#cccccc", style="dotted", arrowhead="none", penwidth="0.6", tooltip="uses_concept"];
  "argument-phenomenal-concept-overgeneration" -> "argument-gap-deflated-by-phenomenal-concepts" [color="#c62828", penwidth="1.6", tooltip="attacks"];
  "argument-phenomenal-concept-overgeneration" -> "argument-gap-deflated-by-phenomenal-concepts" [color="#757575", style="dashed", tooltip="responds_to"];
  "argument-phenomenal-concept-overgeneration" -> "claim-phenomenal-concept-isolation-tradeoff" [color="#222222", penwidth="1.8", tooltip="concludes"];
  "argument-phenomenal-concept-overgeneration" -> "claim-phenomenal-concept-isolation-tradeoff" [color="#1565c0", tooltip="premise"];
  "argument-phenomenal-concept-overgeneration" -> "concept-functionalism" [color="#cccccc", style="dotted", arrowhead="none", penwidth="0.6", tooltip="uses_concept"];
  "argument-relevance-filter-regress" -> "argument-causal-structure-supplies-invariant" [color="#c62828", penwidth="1.6", tooltip="attacks"];
  "argument-relevance-filter-regress" -> "argument-causal-structure-supplies-invariant" [color="#757575", style="dashed", tooltip="responds_to"];
  "argument-relevance-filter-regress" -> "claim-causal-structure-fixes-decomposition" [color="#c62828", penwidth="1.6", tooltip="attacks"];
  "argument-relevance-filter-regress" -> "claim-functionalism-owes-decomposition-invariant" [color="#2e7d32", penwidth="1.6", tooltip="supports"];
  "argument-relevance-filter-regress" -> "claim-physics-delivers-all-dispositions-indiscriminately" [color="#1565c0", tooltip="premise"];
  "argument-relevance-filter-regress" -> "concept-functionalism" [color="#cccccc", style="dotted", arrowhead="none", penwidth="0.6", tooltip="uses_concept"];
  "argument-relevance-filter-regress" -> "concept-grain" [color="#cccccc", style="dotted", arrowhead="none", penwidth="0.6", tooltip="uses_concept"];
  "argument-rights-sign-forgeable" -> "argument-behavioral-parity" [color="#c62828", penwidth="1.6", tooltip="attacks"];
  "argument-rights-sign-forgeable" -> "claim-biology-currently-unforgeable" [color="#1565c0", tooltip="premise"];
  "argument-rights-sign-forgeable" -> "claim-forgeable-sign-unfit-as-criterion" [color="#1565c0", tooltip="premise"];
  "argument-rights-sign-forgeable" -> "claim-prudence-favors-flesh-criterion" [color="#222222", penwidth="1.8", tooltip="concludes"];
  "argument-rights-sign-forgeable" -> "claim-rights-criterion-will-be-gamed" [color="#1565c0", tooltip="premise"];
  "argument-rights-sign-forgeable" -> "concept-criterion-gaming" [color="#cccccc", style="dotted", arrowhead="none", penwidth="0.6", tooltip="uses_concept"];
  "argument-role-grain-dilemma" -> "argument-behavioral-parity" [color="#757575", style="dashed", tooltip="responds_to"];
  "argument-role-grain-dilemma" -> "claim-substrate-independence" [color="#c62828", penwidth="1.6", tooltip="attacks"];
  "argument-role-grain-dilemma" -> "concept-functionalism" [color="#cccccc", style="dotted", arrowhead="none", penwidth="0.6", tooltip="uses_concept"];
  "argument-role-grain-dilemma" -> "concept-grain" [color="#cccccc", style="dotted", arrowhead="none", penwidth="0.6", tooltip="uses_concept"];
  "argument-sorites-paradox" -> "claim-heap-predicate-sharp" [color="#c62828", penwidth="1.6", tooltip="attacks"];
  "argument-sorites-paradox" -> "claim-sorites-tolerance" [color="#1565c0", tooltip="premise"];
  "argument-sorites-paradox" -> "concept-continuity-argument-schema" [color="#cccccc", style="dotted", arrowhead="none", penwidth="0.6", tooltip="uses_concept"];
  "argument-storage-not-stable-kind" -> "argument-bounded-table-rejoinder" [color="#757575", style="dashed", tooltip="responds_to"];
  "argument-storage-not-stable-kind" -> "argument-lookup-table-objection" [color="#c62828", penwidth="1.6", tooltip="attacks"];
  "argument-storage-not-stable-kind" -> "claim-lookup-table-physically-unrealisable" [color="#1565c0", tooltip="premise"];
  "argument-storage-not-stable-kind" -> "claim-lookup-table-possible" [color="#c62828", penwidth="1.6", tooltip="attacks"];
  "argument-storage-not-stable-kind" -> "claim-lookup-table-size-exponential" [color="#1565c0", tooltip="premise"];
  "argument-storage-not-stable-kind" -> "claim-realisable-behaviour-matcher-is-organised" [color="#222222", penwidth="1.8", tooltip="concludes"];
  "argument-storage-not-stable-kind" -> "concept-grain" [color="#cccccc", style="dotted", arrowhead="none", penwidth="0.6", tooltip="uses_concept"];
  "argument-storage-not-stable-kind" -> "concept-lookup-table-mind" [color="#cccccc", style="dotted", arrowhead="none", penwidth="0.6", tooltip="uses_concept"];
  "argument-structure-and-dynamics" -> "argument-decomposition-indeterminacy" [color="#2e7d32", penwidth="1.6", tooltip="supports"];
  "argument-structure-and-dynamics" -> "claim-consciousness-categorical-not-dispositional" [color="#1565c0", tooltip="premise"];
  "argument-structure-and-dynamics" -> "claim-functional-description-structural-dynamical-only" [color="#1565c0", tooltip="premise"];
  "argument-structure-and-dynamics" -> "claim-phenomenal-residue" [color="#2e7d32", penwidth="1.6", tooltip="supports"];
  "argument-structure-and-dynamics" -> "claim-substrate-independence" [color="#c62828", penwidth="1.6", tooltip="attacks"];
  "argument-structure-and-dynamics" -> "concept-functionalism" [color="#cccccc", style="dotted", arrowhead="none", penwidth="0.6", tooltip="uses_concept"];
  "claim-access-gap-symmetric" -> "concept-first-person-access" [color="#cccccc", style="dotted", arrowhead="none", penwidth="0.6", tooltip="uses_concept"];
  "claim-access-grounds-moral-status-asymmetry" -> "concept-first-person-access" [color="#cccccc", style="dotted", arrowhead="none", penwidth="0.6", tooltip="uses_concept"];
  "claim-access-grounds-moral-status-asymmetry" -> "question-llm-moral-status" [color="#9e9e9e", style="dotted", arrowhead="onormal", tooltip="answers"];
  "claim-access-grounds-no-asymmetry" -> "concept-first-person-access" [color="#cccccc", style="dotted", arrowhead="none", penwidth="0.6", tooltip="uses_concept"];
  "claim-acquaintance-necessary-for-moral-status-warrant" -> "concept-first-person-access" [color="#cccccc", style="dotted", arrowhead="none", penwidth="0.6", tooltip="uses_concept"];
  "claim-behaviour-insufficient-for-mind" -> "concept-grain" [color="#cccccc", style="dotted", arrowhead="none", penwidth="0.6", tooltip="uses_concept"];
  "claim-behaviour-insufficient-for-mind" -> "concept-lookup-table-mind" [color="#cccccc", style="dotted", arrowhead="none", penwidth="0.6", tooltip="uses_concept"];
  "claim-biology-currently-unforgeable" -> "concept-criterion-gaming" [color="#cccccc", style="dotted", arrowhead="none", penwidth="0.6", tooltip="uses_concept"];
  "claim-blockhead-deflation-targeted-not-global" -> "concept-lookup-table-mind" [color="#cccccc", style="dotted", arrowhead="none", penwidth="0.6", tooltip="uses_concept"];
  "claim-causal-structure-fixes-decomposition" -> "concept-functionalism" [color="#cccccc", style="dotted", arrowhead="none", penwidth="0.6", tooltip="uses_concept"];
  "claim-causal-structure-fixes-decomposition" -> "concept-grain" [color="#cccccc", style="dotted", arrowhead="none", penwidth="0.6", tooltip="uses_concept"];
  "claim-chinese-nation-lacks-qualia" -> "concept-chinese-nation" [color="#cccccc", style="dotted", arrowhead="none", penwidth="0.6", tooltip="uses_concept"];
  "claim-chinese-nation-realises-organisation" -> "concept-chinese-nation" [color="#cccccc", style="dotted", arrowhead="none", penwidth="0.6", tooltip="uses_concept"];
  "claim-counterfactual-structure-underdetermines-decomposition" -> "concept-grain" [color="#cccccc", style="dotted", arrowhead="none", penwidth="0.6", tooltip="uses_concept"];
  "claim-dancing-qualia-presupposes-functional-introspection" -> "concept-functionalism" [color="#cccccc", style="dotted", arrowhead="none", penwidth="0.6", tooltip="uses_concept"];
  "claim-finite-mind-truncates-beyond-capacity" -> "concept-lookup-table-mind" [color="#cccccc", style="dotted", arrowhead="none", penwidth="0.6", tooltip="uses_concept"];
  "claim-finite-table-misses-inputs" -> "concept-lookup-table-mind" [color="#cccccc", style="dotted", arrowhead="none", penwidth="0.6", tooltip="uses_concept"];
  "claim-forgeable-sign-unfit-as-criterion" -> "concept-criterion-gaming" [color="#cccccc", style="dotted", arrowhead="none", penwidth="0.6", tooltip="uses_concept"];
  "claim-functional-decomposition-relative" -> "concept-functionalism" [color="#cccccc", style="dotted", arrowhead="none", penwidth="0.6", tooltip="uses_concept"];
  "claim-functional-decomposition-relative" -> "concept-grain" [color="#cccccc", style="dotted", arrowhead="none", penwidth="0.6", tooltip="uses_concept"];
  "claim-functional-description-structural-dynamical-only" -> "concept-functionalism" [color="#cccccc", style="dotted", arrowhead="none", penwidth="0.6", tooltip="uses_concept"];
  "claim-functionalism-owes-decomposition-invariant" -> "concept-functionalism" [color="#cccccc", style="dotted", arrowhead="none", penwidth="0.6", tooltip="uses_concept"];
  "claim-functionalism-owes-decomposition-invariant" -> "concept-grain" [color="#cccccc", style="dotted", arrowhead="none", penwidth="0.6", tooltip="uses_concept"];
  "claim-functionalism-owes-decomposition-invariant" -> "question-substrate-independence" [color="#9e9e9e", style="dotted", arrowhead="onormal", tooltip="answers"];
+   "claim-humans-closed-to-psychophysical-link" -> "concept-hard-problem" [color="#cccccc", style="dotted", arrowhead="none", penwidth="0.6", tooltip="uses_concept"];
+   "claim-humans-closed-to-psychophysical-link" -> "question-hard-problem" [color="#9e9e9e", style="dotted", arrowhead="onormal", tooltip="answers"];
  "claim-imaginary-blockhead-no-secure-verdict" -> "concept-lookup-table-mind" [color="#cccccc", style="dotted", arrowhead="none", penwidth="0.6", tooltip="uses_concept"];
  "claim-implementation-requires-counterfactual-structure" -> "concept-functionalism" [color="#cccccc", style="dotted", arrowhead="none", penwidth="0.6", tooltip="uses_concept"];
  "claim-lifetime-bounded-table-covers-encountered-inputs" -> "concept-lookup-table-mind" [color="#cccccc", style="dotted", arrowhead="none", penwidth="0.6", tooltip="uses_concept"];
  "claim-llm-has-mental-states" -> "concept-functionalism" [color="#cccccc", style="dotted", arrowhead="none", penwidth="0.6", tooltip="uses_concept"];
  "claim-llm-has-mental-states" -> "question-llm-moral-status" [color="#9e9e9e", style="dotted", arrowhead="onormal", tooltip="answers"];
  "claim-lookup-table-combinatorially-inadequate" -> "concept-lookup-table-mind" [color="#cccccc", style="dotted", arrowhead="none", penwidth="0.6", tooltip="uses_concept"];
  "claim-lookup-table-lacks-mind" -> "concept-lookup-table-mind" [color="#cccccc", style="dotted", arrowhead="none", penwidth="0.6", tooltip="uses_concept"];
  "claim-lookup-table-physically-unrealisable" -> "concept-lookup-table-mind" [color="#cccccc", style="dotted", arrowhead="none", penwidth="0.6", tooltip="uses_concept"];
  "claim-lookup-table-possible" -> "concept-lookup-table-mind" [color="#cccccc", style="dotted", arrowhead="none", penwidth="0.6", tooltip="uses_concept"];
  "claim-lookup-table-size-exponential" -> "concept-lookup-table-mind" [color="#cccccc", style="dotted", arrowhead="none", penwidth="0.6", tooltip="uses_concept"];
  "claim-mind-handles-unbounded-inputs" -> "concept-lookup-table-mind" [color="#cccccc", style="dotted", arrowhead="none", penwidth="0.6", tooltip="uses_concept"];
  "claim-no-acquaintance-with-machine" -> "concept-first-person-access" [color="#cccccc", style="dotted", arrowhead="none", penwidth="0.6", tooltip="uses_concept"];
  "claim-organisational-grain-faces-own-grain-dilemma" -> "concept-functionalism" [color="#cccccc", style="dotted", arrowhead="none", penwidth="0.6", tooltip="uses_concept"];
  "claim-organisational-grain-faces-own-grain-dilemma" -> "concept-grain" [color="#cccccc", style="dotted", arrowhead="none", penwidth="0.6", tooltip="uses_concept"];
  "claim-phenomenal-concept-isolation-tradeoff" -> "concept-functionalism" [color="#cccccc", style="dotted", arrowhead="none", penwidth="0.6", tooltip="uses_concept"];
  "claim-phenomenal-residue" -> "concept-functionalism" [color="#cccccc", style="dotted", arrowhead="none", penwidth="0.6", tooltip="uses_concept"];
  "claim-phenomenal-residue" -> "question-substrate-independence" [color="#9e9e9e", style="dotted", arrowhead="onormal", tooltip="answers"];
  "claim-physics-delivers-all-dispositions-indiscriminately" -> "concept-functionalism" [color="#cccccc", style="dotted", arrowhead="none", penwidth="0.6", tooltip="uses_concept"];
+   "claim-posing-the-gap-requires-access" -> "concept-access-vs-phenomenal-consciousness" [color="#cccccc", style="dotted", arrowhead="none", penwidth="0.6", tooltip="uses_concept"];
+   "claim-posing-the-gap-requires-access" -> "concept-hard-problem" [color="#cccccc", style="dotted", arrowhead="none", penwidth="0.6", tooltip="uses_concept"];
  "claim-privileged-first-person-access" -> "concept-first-person-access" [color="#cccccc", style="dotted", arrowhead="none", penwidth="0.6", tooltip="uses_concept"];
  "claim-prudence-favors-flesh-criterion" -> "concept-criterion-gaming" [color="#cccccc", style="dotted", arrowhead="none", penwidth="0.6", tooltip="uses_concept"];
  "claim-prudence-favors-flesh-criterion" -> "question-llm-moral-status" [color="#9e9e9e", style="dotted", arrowhead="onormal", tooltip="answers"];
  "claim-realisable-behaviour-matcher-is-organised" -> "concept-grain" [color="#cccccc", style="dotted", arrowhead="none", penwidth="0.6", tooltip="uses_concept"];
  "claim-realisable-behaviour-matcher-is-organised" -> "concept-lookup-table-mind" [color="#cccccc", style="dotted", arrowhead="none", penwidth="0.6", tooltip="uses_concept"];
  "claim-rights-criterion-will-be-gamed" -> "concept-criterion-gaming" [color="#cccccc", style="dotted", arrowhead="none", penwidth="0.6", tooltip="uses_concept"];
  "claim-role-grain-is-organisational" -> "concept-functionalism" [color="#cccccc", style="dotted", arrowhead="none", penwidth="0.6", tooltip="uses_concept"];
  "claim-role-grain-is-organisational" -> "concept-grain" [color="#cccccc", style="dotted", arrowhead="none", penwidth="0.6", tooltip="uses_concept"];
  "claim-role-grain-is-organisational" -> "question-substrate-independence" [color="#9e9e9e", style="dotted", arrowhead="onormal", tooltip="answers"];
  "claim-substrate-independence" -> "concept-functionalism" [color="#cccccc", style="dotted", arrowhead="none", penwidth="0.6", tooltip="uses_concept"];
  "claim-substrate-independence" -> "question-llm-moral-status" [color="#9e9e9e", style="dotted", arrowhead="onormal", tooltip="answers"];
  "concept-grain" -> "concept-functionalism" [color="#cccccc", style="dotted", arrowhead="none", penwidth="0.6", tooltip="uses_concept"];
+   "concept-introspective-gap-varieties" -> "concept-access-vs-phenomenal-consciousness" [color="#cccccc", style="dotted", arrowhead="none", penwidth="0.6", tooltip="uses_concept"];
+   "question-hard-problem" -> "concept-hard-problem" [color="#cccccc", style="dotted", arrowhead="none", penwidth="0.6", tooltip="uses_concept"];
  "question-substrate-independence" -> "concept-functionalism" [color="#cccccc", style="dotted", arrowhead="none", penwidth="0.6", tooltip="uses_concept"];
  "question-substrate-independence" -> "concept-grain" [color="#cccccc", style="dotted", arrowhead="none", penwidth="0.6", tooltip="uses_concept"];

  legend [shape=plaintext, fontsize=10, label=<
    <table border="1" cellborder="0" cellspacing="3" cellpadding="2" bgcolor="white">
      <tr><td colspan="2"><b>Legend</b></td></tr>
      <tr><td bgcolor="#cfe0f5">claim</td><td bgcolor="#eeeeee">argument</td></tr>
      <tr><td bgcolor="#e8dff5">concept</td><td bgcolor="#fff2cc">question</td></tr>
      <tr><td><font color="#2e7d32"><b>&#8594;</b></font> supports</td><td><font color="#c62828"><b>&#8594;</b></font> attacks</td></tr>
      <tr><td><font color="#757575">&#8594; responds_to</font></td><td><font color="#1565c0">&#8594; premise</font></td></tr>
      <tr><td><b>&#8594;</b> concludes</td><td><font color="#9e9e9e">&#8594; answers / uses_concept</font></td></tr>
    </table>
  >];
}
